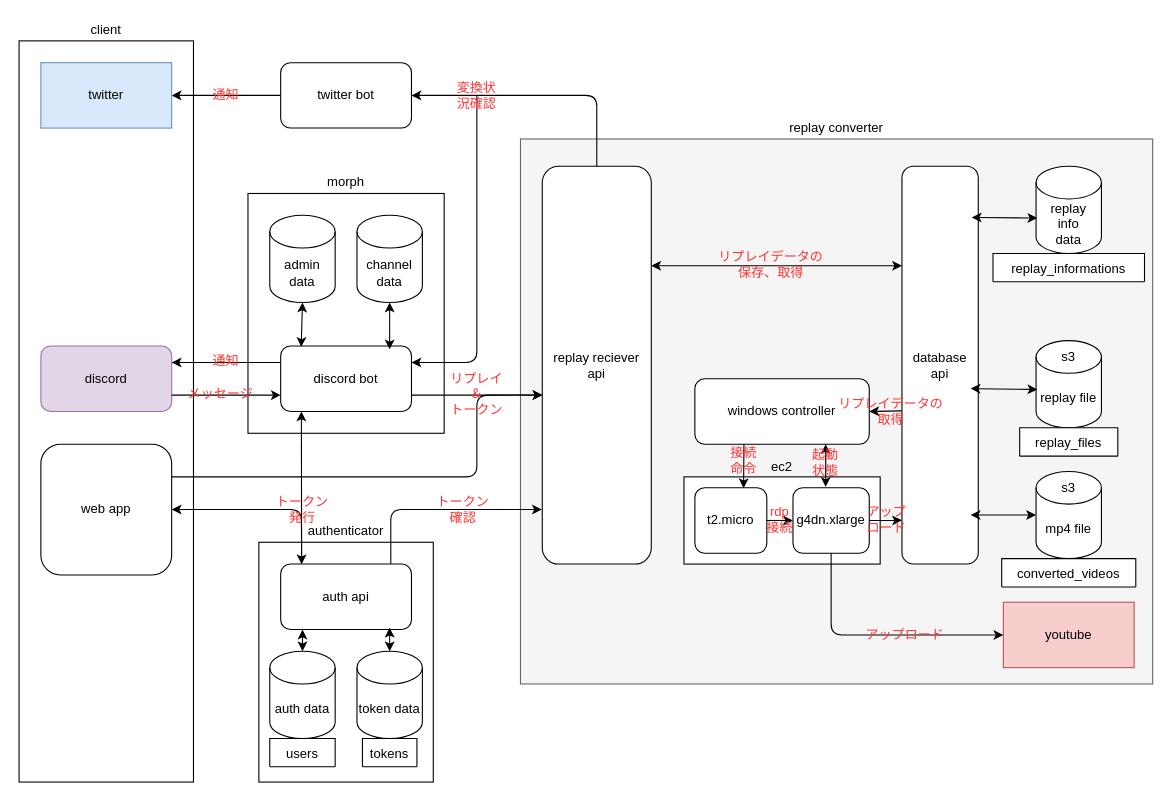
The draw.io diagram Untitled Diagram.drawio in tforce7171/replay_-to_video, before the edit. Source tidied: cells renumbered, new cells numbered last; positions are measured from the earlier drawing's top-left corner, leaving out a move shared by most shapes. Both pictures are drawn from the tidied source at 109%, with x=0, y=0 at pixel (19, 19).
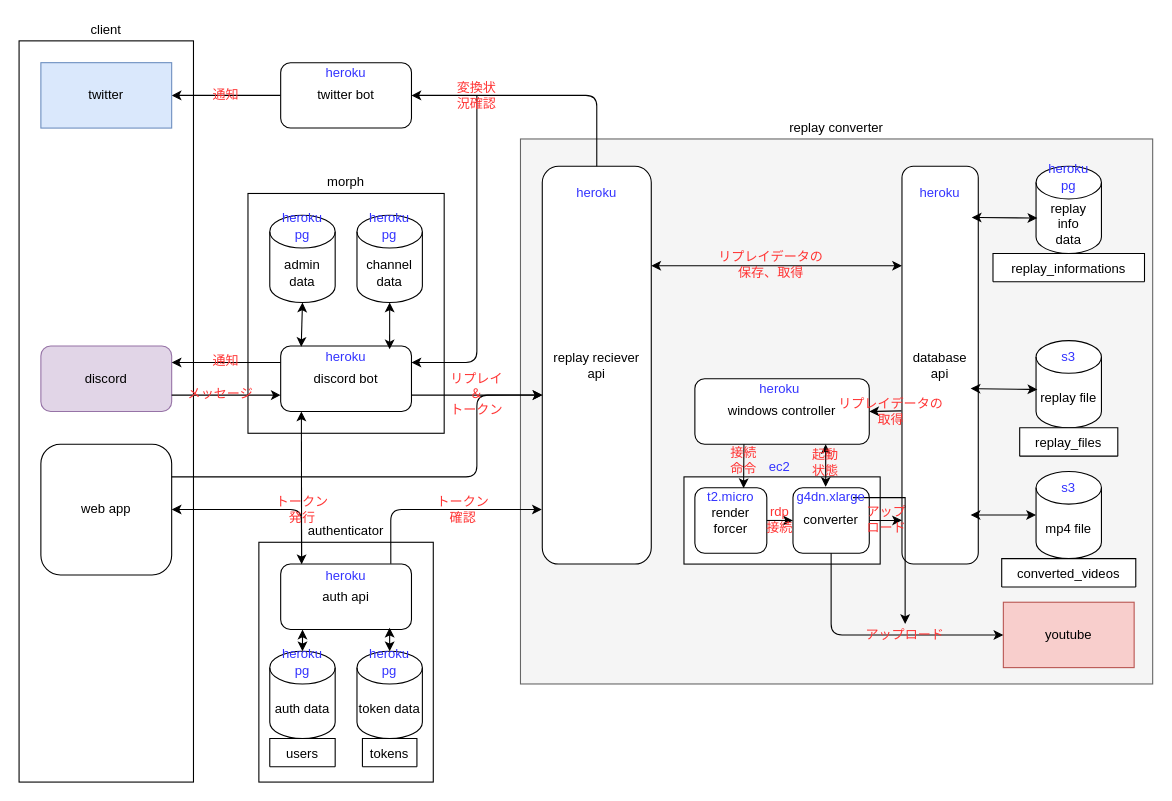
The same page after the edit.

Unchanged cells that the change refers to:
```xml
<mxCell id="73" value="アップロード" style="text;html=1;strokeColor=none;fillColor=none;align=center;verticalAlign=middle;whiteSpace=wrap;rounded=0;fontColor=#FF3333;" parent="1" vertex="1">
  <mxGeometry x="775.8" y="555" width="74.2" height="20" as="geometry" />
</mxCell>
```

Change to the diagram source:
```diff
@@
-    <mxCell id="12" value="g4dn.xlarge" style="rounded=1;whiteSpace=wrap;html=1;" parent="1" vertex="1">
+    <mxCell id="12" value="converter" style="rounded=1;whiteSpace=wrap;html=1;" parent="1" vertex="1">
       <mxGeometry x="710" y="430" width="70" height="60" as="geometry" />
     </mxCell>
-    <mxCell id="13" value="t2.micro" style="rounded=1;whiteSpace=wrap;html=1;" parent="1" vertex="1">
+    <mxCell id="13" value="render forcer" style="rounded=1;whiteSpace=wrap;html=1;" parent="1" vertex="1">
       <mxGeometry x="620" y="430" width="66" height="60" as="geometry" />
     </mxCell>
@@
-    <mxCell id="40" value="s3" style="text;html=1;strokeColor=none;fillColor=none;align=center;verticalAlign=middle;whiteSpace=wrap;rounded=0;" parent="1" vertex="1">
+    <mxCell id="40" value="s3" style="text;html=1;strokeColor=none;fillColor=none;align=center;verticalAlign=middle;whiteSpace=wrap;rounded=0;fontColor=#3333FF;" parent="1" vertex="1">
       <mxGeometry x="943" y="300" width="40" height="20" as="geometry" />
     </mxCell>
-    <mxCell id="41" value="s3" style="text;html=1;strokeColor=none;fillColor=none;align=center;verticalAlign=middle;whiteSpace=wrap;rounded=0;" parent="1" vertex="1">
+    <mxCell id="41" value="s3" style="text;html=1;strokeColor=none;fillColor=none;align=center;verticalAlign=middle;whiteSpace=wrap;rounded=0;fontColor=#3333FF;" parent="1" vertex="1">
       <mxGeometry x="943" y="420" width="40" height="20" as="geometry" />
     </mxCell>
@@
-    <mxCell id="58" value="ec2" style="text;html=1;strokeColor=none;fillColor=none;align=center;verticalAlign=middle;whiteSpace=wrap;rounded=0;" parent="1" vertex="1">
-      <mxGeometry x="680" y="401" width="40" height="20" as="geometry" />
+    <mxCell id="58" value="t2.micro" style="text;html=1;strokeColor=none;fillColor=none;align=center;verticalAlign=middle;whiteSpace=wrap;rounded=0;fontColor=#3333FF;" parent="1" vertex="1">
+      <mxGeometry x="633" y="429" width="40" height="20" as="geometry" />
     </mxCell>
@@
+    <mxCell id="76" value="heroku pg" style="text;html=1;strokeColor=none;fillColor=none;align=center;verticalAlign=middle;whiteSpace=wrap;rounded=0;fontColor=#3333FF;" parent="1" vertex="1">
+      <mxGeometry x="943" y="135" width="40" height="20" as="geometry" />
+    </mxCell>
+    <mxCell id="77" value="heroku" style="text;html=1;strokeColor=none;fillColor=none;align=center;verticalAlign=middle;whiteSpace=wrap;rounded=0;fontColor=#3333FF;" parent="1" vertex="1">
+      <mxGeometry x="825" y="150" width="40" height="20" as="geometry" />
+    </mxCell>
+    <mxCell id="78" value="heroku" style="text;html=1;strokeColor=none;fillColor=none;align=center;verticalAlign=middle;whiteSpace=wrap;rounded=0;fontColor=#3333FF;" parent="1" vertex="1">
+      <mxGeometry x="678" y="330" width="40" height="20" as="geometry" />
+    </mxCell>
+    <mxCell id="79" value="heroku" style="text;html=1;strokeColor=none;fillColor=none;align=center;verticalAlign=middle;whiteSpace=wrap;rounded=0;fontColor=#3333FF;" parent="1" vertex="1">
+      <mxGeometry x="510" y="150" width="40" height="20" as="geometry" />
+    </mxCell>
+    <mxCell id="80" style="edgeStyle=orthogonalEdgeStyle;rounded=0;jettySize=auto;html=1;fontColor=#3333FF;" parent="1" edge="1" source="81" target="73">
+      <mxGeometry relative="1" as="geometry" />
+    </mxCell>
+    <mxCell id="81" value="g4dn.xlarge" style="text;html=1;strokeColor=none;fillColor=none;align=center;verticalAlign=middle;whiteSpace=wrap;rounded=0;fontColor=#3333FF;" parent="1" vertex="1">
+      <mxGeometry x="725" y="429" width="40" height="20" as="geometry" />
+    </mxCell>
+    <mxCell id="82" value="heroku" style="text;html=1;strokeColor=none;fillColor=none;align=center;verticalAlign=middle;whiteSpace=wrap;rounded=0;fontColor=#3333FF;" parent="1" vertex="1">
+      <mxGeometry x="280" y="40" width="40" height="20" as="geometry" />
+    </mxCell>
+    <mxCell id="83" value="ec2" style="text;html=1;strokeColor=none;fillColor=none;align=center;verticalAlign=middle;whiteSpace=wrap;rounded=0;fontColor=#3333FF;" parent="1" vertex="1">
+      <mxGeometry x="678" y="401" width="40" height="20" as="geometry" />
+    </mxCell>
+    <mxCell id="84" value="heroku" style="text;html=1;strokeColor=none;fillColor=none;align=center;verticalAlign=middle;whiteSpace=wrap;rounded=0;fontColor=#3333FF;" parent="1" vertex="1">
+      <mxGeometry x="280" y="300" width="40" height="20" as="geometry" />
+    </mxCell>
+    <mxCell id="85" value="heroku" style="text;html=1;strokeColor=none;fillColor=none;align=center;verticalAlign=middle;whiteSpace=wrap;rounded=0;fontColor=#3333FF;" parent="1" vertex="1">
+      <mxGeometry x="280" y="501" width="40" height="20" as="geometry" />
+    </mxCell>
+    <mxCell id="86" value="heroku pg" style="text;html=1;strokeColor=none;fillColor=none;align=center;verticalAlign=middle;whiteSpace=wrap;rounded=0;fontColor=#3333FF;" parent="1" vertex="1">
+      <mxGeometry x="320" y="180" width="40" height="20" as="geometry" />
+    </mxCell>
+    <mxCell id="87" value="heroku pg" style="text;html=1;strokeColor=none;fillColor=none;align=center;verticalAlign=middle;whiteSpace=wrap;rounded=0;fontColor=#3333FF;" parent="1" vertex="1">
+      <mxGeometry x="320" y="580" width="40" height="20" as="geometry" />
+    </mxCell>
+    <mxCell id="88" value="heroku pg" style="text;html=1;strokeColor=none;fillColor=none;align=center;verticalAlign=middle;whiteSpace=wrap;rounded=0;fontColor=#3333FF;" parent="1" vertex="1">
+      <mxGeometry x="240" y="580" width="40" height="20" as="geometry" />
+    </mxCell>
+    <mxCell id="89" value="heroku pg" style="text;html=1;strokeColor=none;fillColor=none;align=center;verticalAlign=middle;whiteSpace=wrap;rounded=0;fontColor=#3333FF;" parent="1" vertex="1">
+      <mxGeometry x="240" y="180" width="40" height="20" as="geometry" />
+    </mxCell>
```
